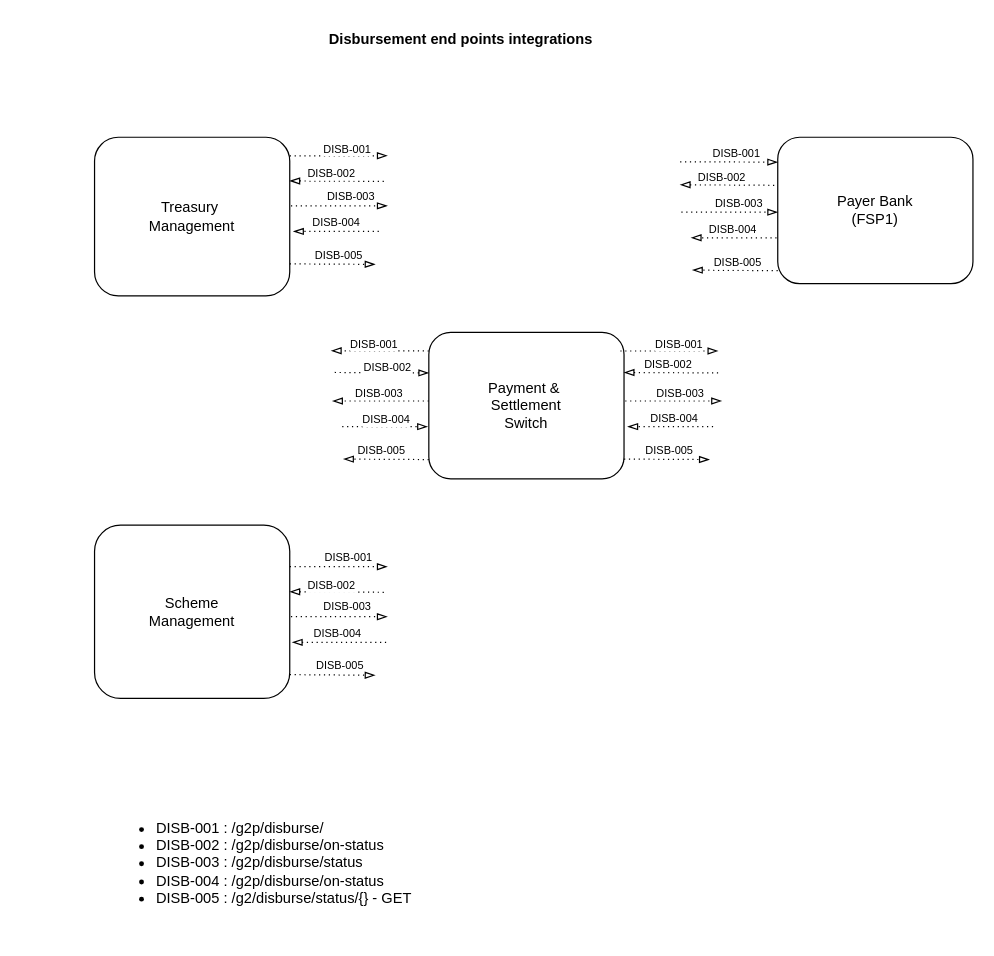
Before: page "disb" (2 of 3) of docs/images/draw.io/interface.drawio in G2P-Connect/specs, a draw.io diagram. Source tidied: cells renumbered, new cells numbered last; positions are measured from the earlier drawing's top-left corner, leaving out a move shared by most shapes. Both pictures are drawn from the tidied source at 122%, with x=0, y=0 at pixel (94, 21).
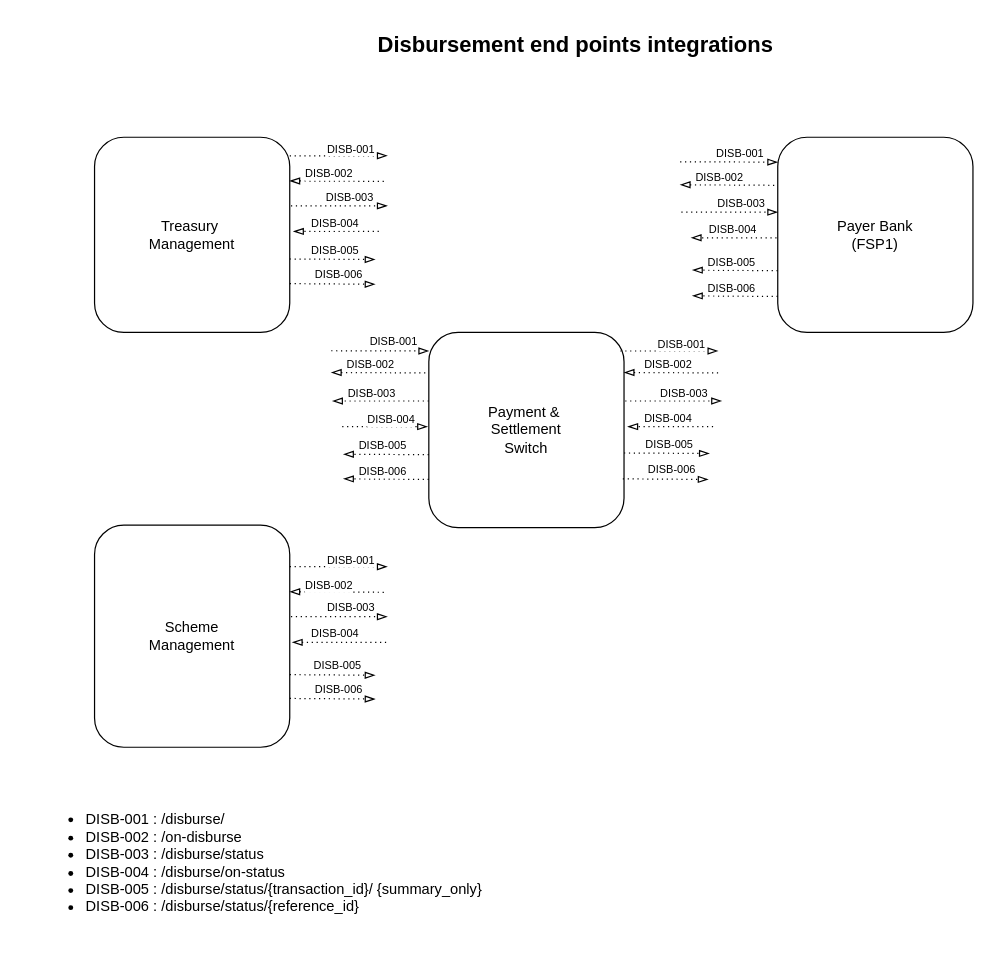
The same page after the edit.

Unchanged cells that the change refers to:
```xml
<mxCell id="3" style="endArrow=blockThin;dashed=1;html=1;dashPattern=1 3;strokeWidth=1;rounded=0;endFill=0;" parent="1" edge="1">
  <mxGeometry relative="1" as="geometry">
    <mxPoint x="160" y="447" as="sourcePoint" />
    <mxPoint x="240" y="447" as="targetPoint" />
  </mxGeometry>
</mxCell>
<mxCell id="5" style="endArrow=blockThin;dashed=1;html=1;dashPattern=1 3;strokeWidth=1;rounded=0;endFill=0;exitX=1.006;exitY=0.415;exitDx=0;exitDy=0;exitPerimeter=0;" parent="1" edge="1">
  <mxGeometry relative="1" as="geometry">
    <mxPoint x="161" y="487.9" as="sourcePoint" />
    <mxPoint x="240" y="488" as="targetPoint" />
  </mxGeometry>
</mxCell>
<mxCell id="8" style="endArrow=none;dashed=1;html=1;dashPattern=1 3;strokeWidth=1;rounded=0;endFill=0;exitX=1;exitY=0.25;exitDx=0;exitDy=0;startArrow=blockThin;startFill=0;" parent="1" edge="1">
  <mxGeometry relative="1" as="geometry">
    <mxPoint x="160" y="467.5" as="sourcePoint" />
    <mxPoint x="240" y="468" as="targetPoint" />
  </mxGeometry>
</mxCell>
<mxCell id="14" style="endArrow=blockThin;dashed=1;html=1;dashPattern=1 3;strokeWidth=1;rounded=0;endFill=0;" parent="1" edge="1">
  <mxGeometry relative="1" as="geometry">
    <mxPoint x="239" y="509" as="sourcePoint" />
    <mxPoint x="162" y="509" as="targetPoint" />
  </mxGeometry>
</mxCell>
<mxCell id="16" style="endArrow=blockThin;dashed=1;html=1;dashPattern=1 3;strokeWidth=1;rounded=0;endFill=0;exitX=1;exitY=0.75;exitDx=0;exitDy=0;" parent="1" edge="1">
  <mxGeometry relative="1" as="geometry">
    <mxPoint x="160" y="535.5" as="sourcePoint" />
    <mxPoint x="230" y="536" as="targetPoint" />
  </mxGeometry>
</mxCell>
<mxCell id="18" style="endArrow=blockThin;dashed=1;html=1;dashPattern=1 3;strokeWidth=1;rounded=0;endFill=0;" parent="1" edge="1">
  <mxGeometry relative="1" as="geometry">
    <mxPoint x="160" y="110.2" as="sourcePoint" />
    <mxPoint x="240" y="110.2" as="targetPoint" />
  </mxGeometry>
</mxCell>
<mxCell id="20" style="endArrow=blockThin;dashed=1;html=1;dashPattern=1 3;strokeWidth=1;rounded=0;endFill=0;exitX=1.006;exitY=0.415;exitDx=0;exitDy=0;exitPerimeter=0;" parent="1" edge="1">
  <mxGeometry relative="1" as="geometry">
    <mxPoint x="161" y="151.2" as="sourcePoint" />
    <mxPoint x="240" y="151.2" as="targetPoint" />
  </mxGeometry>
</mxCell>
<mxCell id="22" style="endArrow=none;dashed=1;html=1;dashPattern=1 3;strokeWidth=1;rounded=0;endFill=0;exitX=1;exitY=0.25;exitDx=0;exitDy=0;startArrow=blockThin;startFill=0;" parent="1" edge="1">
  <mxGeometry relative="1" as="geometry">
    <mxPoint x="160" y="130.8" as="sourcePoint" />
    <mxPoint x="240" y="131.2" as="targetPoint" />
  </mxGeometry>
</mxCell>
<mxCell id="24" style="endArrow=blockThin;dashed=1;html=1;dashPattern=1 3;strokeWidth=1;rounded=0;endFill=0;" parent="1" edge="1">
  <mxGeometry relative="1" as="geometry">
    <mxPoint x="233" y="172.2" as="sourcePoint" />
    <mxPoint x="163" y="172.2" as="targetPoint" />
  </mxGeometry>
</mxCell>
<mxCell id="28" style="endArrow=blockThin;dashed=1;html=1;dashPattern=1 3;strokeWidth=1;rounded=0;endFill=0;" parent="1" edge="1">
  <mxGeometry relative="1" as="geometry">
    <mxPoint x="431" y="270.2" as="sourcePoint" />
    <mxPoint x="511" y="270.2" as="targetPoint" />
  </mxGeometry>
</mxCell>
<mxCell id="30" style="endArrow=blockThin;dashed=1;html=1;dashPattern=1 3;strokeWidth=1;rounded=0;endFill=0;exitX=1.006;exitY=0.415;exitDx=0;exitDy=0;exitPerimeter=0;" parent="1" edge="1">
  <mxGeometry relative="1" as="geometry">
    <mxPoint x="435" y="311.2" as="sourcePoint" />
    <mxPoint x="514" y="311.2" as="targetPoint" />
  </mxGeometry>
</mxCell>
<mxCell id="34" style="endArrow=blockThin;dashed=1;html=1;dashPattern=1 3;strokeWidth=1;rounded=0;endFill=0;" parent="1" edge="1">
  <mxGeometry relative="1" as="geometry">
    <mxPoint x="507" y="332.2" as="sourcePoint" />
    <mxPoint x="437" y="332.2" as="targetPoint" />
  </mxGeometry>
</mxCell>
<mxCell id="40" style="endArrow=blockThin;dashed=1;html=1;dashPattern=1 3;strokeWidth=1;rounded=0;endFill=0;exitX=1.006;exitY=0.415;exitDx=0;exitDy=0;exitPerimeter=0;" parent="1" edge="1">
  <mxGeometry relative="1" as="geometry">
    <mxPoint x="274" y="311.2" as="sourcePoint" />
    <mxPoint x="195" y="311.2" as="targetPoint" />
  </mxGeometry>
</mxCell>
<mxCell id="44" style="endArrow=blockThin;dashed=1;html=1;dashPattern=1 3;strokeWidth=1;rounded=0;endFill=0;" parent="1" edge="1">
  <mxGeometry relative="1" as="geometry">
    <mxPoint x="203" y="332.2" as="sourcePoint" />
    <mxPoint x="273" y="332.2" as="targetPoint" />
  </mxGeometry>
</mxCell>
<mxCell id="48" style="endArrow=blockThin;dashed=1;html=1;dashPattern=1 3;strokeWidth=1;rounded=0;endFill=0;" parent="1" edge="1">
  <mxGeometry relative="1" as="geometry">
    <mxPoint x="480" y="115.1" as="sourcePoint" />
    <mxPoint x="560" y="115.4" as="targetPoint" />
  </mxGeometry>
</mxCell>
<mxCell id="50" style="endArrow=blockThin;dashed=1;html=1;dashPattern=1 3;strokeWidth=1;rounded=0;endFill=0;exitX=1.006;exitY=0.415;exitDx=0;exitDy=0;exitPerimeter=0;" parent="1" edge="1">
  <mxGeometry relative="1" as="geometry">
    <mxPoint x="481" y="156.3" as="sourcePoint" />
    <mxPoint x="560" y="156.4" as="targetPoint" />
  </mxGeometry>
</mxCell>
<mxCell id="52" style="endArrow=none;dashed=1;html=1;dashPattern=1 3;strokeWidth=1;rounded=0;endFill=0;exitX=1;exitY=0.25;exitDx=0;exitDy=0;startArrow=blockThin;startFill=0;" parent="1" edge="1">
  <mxGeometry relative="1" as="geometry">
    <mxPoint x="480" y="133.9" as="sourcePoint" />
    <mxPoint x="560" y="134.4" as="targetPoint" />
  </mxGeometry>
</mxCell>
<mxCell id="56" style="endArrow=blockThin;dashed=1;html=1;dashPattern=1 3;strokeWidth=1;rounded=0;endFill=0;exitX=1;exitY=0.75;exitDx=0;exitDy=0;" parent="1" edge="1">
  <mxGeometry relative="1" as="geometry">
    <mxPoint x="560" y="204.4" as="sourcePoint" />
    <mxPoint x="490" y="203.9" as="targetPoint" />
  </mxGeometry>
</mxCell>
```

Diff of the diagram source:
```diff
@@
     <mxCell id="2" value="Scheme &lt;br&gt;Management" style="rounded=1;whiteSpace=wrap;html=1;" parent="1" vertex="1">
-      <mxGeometry y="413" width="160" height="142" as="geometry" />
+      <mxGeometry y="413" width="160" height="182" as="geometry" />
     </mxCell>
@@
     <mxCell id="4" value="&lt;font style=&quot;font-size: 9px;&quot;&gt;DISB-001&lt;/font&gt;" style="edgeLabel;html=1;align=center;verticalAlign=middle;" parent="3" vertex="1">
       <mxGeometry x="0.4" y="1" relative="1" as="geometry">
-        <mxPoint x="-9" y="-8" as="offset" />
+        <mxPoint x="-7" y="-6" as="offset" />
       </mxGeometry>
     </mxCell>
@@
     <mxCell id="6" value="&lt;font style=&quot;font-size: 9px;&quot;&gt;DISB-003&lt;/font&gt;" style="edgeLabel;html=1;align=center;verticalAlign=middle;" parent="5" vertex="1">
       <mxGeometry x="0.4" y="1" relative="1" as="geometry">
-        <mxPoint x="-10" y="-8" as="offset" />
+        <mxPoint x="-7" y="-7" as="offset" />
       </mxGeometry>
     </mxCell>
-    <mxCell id="7" value="&lt;div&gt;&lt;div style=&quot;&quot;&gt;&lt;div style=&quot;&quot;&gt;&lt;ul style=&quot;border-color: var(--border-color);&quot;&gt;&lt;li style=&quot;border-color: var(--border-color); text-align: left;&quot;&gt;DISB-001 : /g2p/disburse/&lt;/li&gt;&lt;li style=&quot;border-color: var(--border-color); text-align: left;&quot;&gt;DISB-002 : /g2p/disburse/on-status&lt;/li&gt;&lt;li style=&quot;border-color: var(--border-color); text-align: left;&quot;&gt;DISB-003 : /g2p/disburse/status&lt;/li&gt;&lt;li style=&quot;border-color: var(--border-color); text-align: left;&quot;&gt;DISB-004 : /g2p/disburse/on-status&lt;/li&gt;&lt;li style=&quot;border-color: var(--border-color); text-align: left;&quot;&gt;DISB-005 : /g2/disburse/status/{} - GET&lt;/li&gt;&lt;/ul&gt;&lt;/div&gt;&lt;/div&gt;&lt;/div&gt;" style="text;html=1;align=center;verticalAlign=middle;strokeColor=none;fillColor=none;" parent="1" vertex="1">
-      <mxGeometry y="635" width="270" height="110" as="geometry" />
+    <mxCell id="7" value="&lt;div style=&quot;&quot;&gt;&lt;div style=&quot;&quot;&gt;&lt;ul style=&quot;border-color: var(--border-color);&quot;&gt;&lt;li style=&quot;border-color: var(--border-color); text-align: left;&quot;&gt;DISB-001 : /disburse/&lt;/li&gt;&lt;li style=&quot;border-color: var(--border-color); text-align: left;&quot;&gt;DISB-002 : /on-disburse&lt;/li&gt;&lt;li style=&quot;border-color: var(--border-color); text-align: left;&quot;&gt;DISB-003 : /disburse/status&lt;/li&gt;&lt;li style=&quot;border-color: var(--border-color); text-align: left;&quot;&gt;DISB-004 : /disburse/on-status&lt;/li&gt;&lt;li style=&quot;border-color: var(--border-color); text-align: left;&quot;&gt;DISB-005 :&amp;nbsp;/disburse/status/{transaction_id}/ {summary_only}&lt;/li&gt;&lt;li style=&quot;border-color: var(--border-color); text-align: left;&quot;&gt;DISB-006 :&amp;nbsp;/disburse/status/{reference_id}&lt;/li&gt;&lt;/ul&gt;&lt;/div&gt;&lt;/div&gt;" style="text;html=1;align=center;verticalAlign=middle;strokeColor=none;fillColor=none;" parent="1" vertex="1">
+      <mxGeometry x="-60" y="630" width="390" height="120" as="geometry" />
     </mxCell>
@@
     <mxCell id="9" value="&lt;font style=&quot;font-size: 9px;&quot;&gt;DISB-002&lt;/font&gt;" style="edgeLabel;html=1;align=center;verticalAlign=middle;" parent="8" vertex="1">
       <mxGeometry x="0.4" y="1" relative="1" as="geometry">
-        <mxPoint x="-23" y="-5" as="offset" />
+        <mxPoint x="-25" y="-5" as="offset" />
       </mxGeometry>
     </mxCell>
     <mxCell id="10" value="Treasury&amp;nbsp;&lt;br&gt;Management" style="rounded=1;whiteSpace=wrap;html=1;" parent="1" vertex="1">
-      <mxGeometry y="95" width="160" height="130" as="geometry" />
+      <mxGeometry y="95" width="160" height="160" as="geometry" />
     </mxCell>
     <mxCell id="11" value="Payment &amp;amp;&amp;nbsp;&lt;br&gt;Settlement &lt;br&gt;Switch" style="rounded=1;whiteSpace=wrap;html=1;" parent="1" vertex="1">
-      <mxGeometry x="274" y="255" width="160" height="120" as="geometry" />
+      <mxGeometry x="274" y="255" width="160" height="160" as="geometry" />
     </mxCell>
     <mxCell id="12" value="Payer Bank&lt;br&gt;(FSP1)" style="rounded=1;whiteSpace=wrap;html=1;" parent="1" vertex="1">
-      <mxGeometry x="560" y="95" width="160" height="120" as="geometry" />
+      <mxGeometry x="560" y="95" width="160" height="160" as="geometry" />
     </mxCell>
-    <mxCell id="13" value="Disbursement end points integrations" style="text;html=1;align=center;verticalAlign=middle;strokeColor=none;fillColor=none;fontStyle=1;" parent="1" vertex="1">
-      <mxGeometry x="180" width="240" height="30" as="geometry" />
+    <mxCell id="13" value="Disbursement end points integrations" style="text;html=1;align=center;verticalAlign=middle;strokeColor=none;fillColor=none;fontStyle=1;fontSize=18;" parent="1" vertex="1">
+      <mxGeometry x="219" y="5" width="350" height="30" as="geometry" />
     </mxCell>
@@
     <mxCell id="15" value="&lt;font style=&quot;font-size: 9px;&quot;&gt;DISB-004&lt;/font&gt;" style="edgeLabel;html=1;align=center;verticalAlign=middle;" parent="14" vertex="1">
       <mxGeometry x="0.4" y="1" relative="1" as="geometry">
-        <mxPoint x="13" y="-10" as="offset" />
+        <mxPoint x="11" y="-10" as="offset" />
       </mxGeometry>
     </mxCell>
@@
     <mxCell id="17" value="&lt;font style=&quot;font-size: 9px;&quot;&gt;DISB-005&lt;/font&gt;" style="edgeLabel;html=1;align=center;verticalAlign=middle;" parent="16" vertex="1">
       <mxGeometry x="0.4" y="1" relative="1" as="geometry">
-        <mxPoint x="-9" y="-8" as="offset" />
+        <mxPoint x="-11" y="-8" as="offset" />
       </mxGeometry>
     </mxCell>
@@
     <mxCell id="19" value="&lt;font style=&quot;font-size: 9px;&quot;&gt;DISB-001&lt;/font&gt;" style="edgeLabel;html=1;align=center;verticalAlign=middle;" parent="18" vertex="1">
       <mxGeometry x="0.4" y="1" relative="1" as="geometry">
-        <mxPoint x="-10" y="-6" as="offset" />
+        <mxPoint x="-7" y="-6" as="offset" />
       </mxGeometry>
     </mxCell>
@@
     <mxCell id="21" value="&lt;font style=&quot;font-size: 9px;&quot;&gt;DISB-003&lt;/font&gt;" style="edgeLabel;html=1;align=center;verticalAlign=middle;" parent="20" vertex="1">
       <mxGeometry x="0.4" y="1" relative="1" as="geometry">
-        <mxPoint x="-7" y="-8" as="offset" />
+        <mxPoint x="-8" y="-7" as="offset" />
       </mxGeometry>
     </mxCell>
@@
     <mxCell id="23" value="&lt;font style=&quot;font-size: 9px;&quot;&gt;DISB-002&lt;/font&gt;" style="edgeLabel;html=1;align=center;verticalAlign=middle;" parent="22" vertex="1">
       <mxGeometry x="0.4" y="1" relative="1" as="geometry">
-        <mxPoint x="-23" y="-7" as="offset" />
+        <mxPoint x="-25" y="-7" as="offset" />
       </mxGeometry>
     </mxCell>
@@
     <mxCell id="25" value="&lt;font style=&quot;font-size: 9px;&quot;&gt;DISB-004&lt;/font&gt;" style="edgeLabel;html=1;align=center;verticalAlign=middle;" parent="24" vertex="1">
       <mxGeometry x="0.4" y="1" relative="1" as="geometry">
-        <mxPoint x="13" y="-10" as="offset" />
+        <mxPoint x="12" y="-9" as="offset" />
       </mxGeometry>
     </mxCell>
     <mxCell id="26" style="endArrow=blockThin;dashed=1;html=1;dashPattern=1 3;strokeWidth=1;rounded=0;endFill=0;exitX=1;exitY=0.75;exitDx=0;exitDy=0;" parent="1" edge="1">
       <mxGeometry relative="1" as="geometry">
-        <mxPoint x="160" y="198.8" as="sourcePoint" />
-        <mxPoint x="230" y="199.2" as="targetPoint" />
+        <mxPoint x="160" y="194.8" as="sourcePoint" />
+        <mxPoint x="230" y="195.2" as="targetPoint" />
       </mxGeometry>
     </mxCell>
     <mxCell id="27" value="&lt;font style=&quot;font-size: 9px;&quot;&gt;DISB-005&lt;/font&gt;" style="edgeLabel;html=1;align=center;verticalAlign=middle;" parent="26" vertex="1">
       <mxGeometry x="0.4" y="1" relative="1" as="geometry">
-        <mxPoint x="-10" y="-8" as="offset" />
+        <mxPoint x="-13" y="-8" as="offset" />
       </mxGeometry>
     </mxCell>
@@
     <mxCell id="29" value="&lt;font style=&quot;font-size: 9px;&quot;&gt;DISB-001&lt;/font&gt;" style="edgeLabel;html=1;align=center;verticalAlign=middle;" parent="28" vertex="1">
       <mxGeometry x="0.4" y="1" relative="1" as="geometry">
-        <mxPoint x="-9" y="-6" as="offset" />
+        <mxPoint x="-7" y="-6" as="offset" />
       </mxGeometry>
     </mxCell>
@@
     <mxCell id="31" value="&lt;font style=&quot;font-size: 9px;&quot;&gt;DISB-003&lt;/font&gt;" style="edgeLabel;html=1;align=center;verticalAlign=middle;" parent="30" vertex="1">
       <mxGeometry x="0.4" y="1" relative="1" as="geometry">
-        <mxPoint x="-11" y="-7" as="offset" />
+        <mxPoint x="-8" y="-7" as="offset" />
       </mxGeometry>
     </mxCell>
@@
     <mxCell id="35" value="&lt;font style=&quot;font-size: 9px;&quot;&gt;DISB-004&lt;/font&gt;" style="edgeLabel;html=1;align=center;verticalAlign=middle;" parent="34" vertex="1">
       <mxGeometry x="0.4" y="1" relative="1" as="geometry">
-        <mxPoint x="16" y="-9" as="offset" />
+        <mxPoint x="11" y="-9" as="offset" />
       </mxGeometry>
     </mxCell>
     <mxCell id="36" style="endArrow=blockThin;dashed=1;html=1;dashPattern=1 3;strokeWidth=1;rounded=0;endFill=0;exitX=1;exitY=0.75;exitDx=0;exitDy=0;" parent="1" edge="1">
       <mxGeometry relative="1" as="geometry">
-        <mxPoint x="434" y="358.8" as="sourcePoint" />
-        <mxPoint x="504" y="359.2" as="targetPoint" />
+        <mxPoint x="434" y="353.8" as="sourcePoint" />
+        <mxPoint x="504" y="354.2" as="targetPoint" />
       </mxGeometry>
     </mxCell>
@@
     <mxCell id="38" style="endArrow=blockThin;dashed=1;html=1;dashPattern=1 3;strokeWidth=1;rounded=0;endFill=0;" parent="1" edge="1">
       <mxGeometry relative="1" as="geometry">
-        <mxPoint x="274" y="270.2" as="sourcePoint" />
-        <mxPoint x="194" y="270" as="targetPoint" />
+        <mxPoint x="194" y="270" as="sourcePoint" />
+        <mxPoint x="274" y="270.2" as="targetPoint" />
       </mxGeometry>
     </mxCell>
     <mxCell id="39" value="&lt;font style=&quot;font-size: 9px;&quot;&gt;DISB-001&lt;/font&gt;" style="edgeLabel;html=1;align=center;verticalAlign=middle;" parent="38" vertex="1">
       <mxGeometry x="0.4" y="1" relative="1" as="geometry">
-        <mxPoint x="11" y="-8" as="offset" />
+        <mxPoint x="-6" y="-8" as="offset" />
       </mxGeometry>
     </mxCell>
@@
     <mxCell id="41" value="&lt;font style=&quot;font-size: 9px;&quot;&gt;DISB-003&lt;/font&gt;" style="edgeLabel;html=1;align=center;verticalAlign=middle;" parent="40" vertex="1">
       <mxGeometry x="0.4" y="1" relative="1" as="geometry">
-        <mxPoint x="13" y="-9" as="offset" />
+        <mxPoint x="7" y="-9" as="offset" />
       </mxGeometry>
     </mxCell>
     <mxCell id="42" style="endArrow=none;dashed=1;html=1;dashPattern=1 3;strokeWidth=1;rounded=0;endFill=0;exitX=1;exitY=0.25;exitDx=0;exitDy=0;startArrow=blockThin;startFill=0;" parent="1" edge="1">
       <mxGeometry relative="1" as="geometry">
-        <mxPoint x="274" y="288.2" as="sourcePoint" />
-        <mxPoint x="194" y="287.8" as="targetPoint" />
+        <mxPoint x="194" y="287.8" as="sourcePoint" />
+        <mxPoint x="274" y="288.2" as="targetPoint" />
       </mxGeometry>
     </mxCell>
     <mxCell id="43" value="&lt;font style=&quot;font-size: 9px;&quot;&gt;DISB-002&lt;/font&gt;" style="edgeLabel;html=1;align=center;verticalAlign=middle;" parent="42" vertex="1">
       <mxGeometry x="0.4" y="1" relative="1" as="geometry">
-        <mxPoint x="22" y="-6" as="offset" />
+        <mxPoint x="-25" y="-7" as="offset" />
       </mxGeometry>
     </mxCell>
@@
     <mxCell id="45" value="&lt;font style=&quot;font-size: 9px;&quot;&gt;DISB-004&lt;/font&gt;" style="edgeLabel;html=1;align=center;verticalAlign=middle;" parent="44" vertex="1">
       <mxGeometry x="0.4" y="1" relative="1" as="geometry">
-        <mxPoint x="-14" y="-6" as="offset" />
+        <mxPoint x="-10" y="-6" as="offset" />
       </mxGeometry>
     </mxCell>
     <mxCell id="46" style="endArrow=blockThin;dashed=1;html=1;dashPattern=1 3;strokeWidth=1;rounded=0;endFill=0;exitX=1;exitY=0.75;exitDx=0;exitDy=0;" parent="1" edge="1">
       <mxGeometry relative="1" as="geometry">
-        <mxPoint x="274" y="359.2" as="sourcePoint" />
-        <mxPoint x="204" y="358.8" as="targetPoint" />
+        <mxPoint x="274" y="355.2" as="sourcePoint" />
+        <mxPoint x="204" y="354.8" as="targetPoint" />
       </mxGeometry>
     </mxCell>
     <mxCell id="47" value="&lt;font style=&quot;font-size: 9px;&quot;&gt;DISB-005&lt;/font&gt;" style="edgeLabel;html=1;align=center;verticalAlign=middle;" parent="46" vertex="1">
       <mxGeometry x="0.4" y="1" relative="1" as="geometry">
-        <mxPoint x="10" y="-9" as="offset" />
+        <mxPoint x="11" y="-9" as="offset" />
       </mxGeometry>
     </mxCell>
@@
     <mxCell id="49" value="&lt;font style=&quot;font-size: 9px;&quot;&gt;DISB-001&lt;/font&gt;" style="edgeLabel;html=1;align=center;verticalAlign=middle;" parent="48" vertex="1">
       <mxGeometry x="0.4" y="1" relative="1" as="geometry">
-        <mxPoint x="-11" y="-7" as="offset" />
+        <mxPoint x="-8" y="-7" as="offset" />
       </mxGeometry>
     </mxCell>
@@
     <mxCell id="51" value="&lt;font style=&quot;font-size: 9px;&quot;&gt;DISB-003&lt;/font&gt;" style="edgeLabel;html=1;align=center;verticalAlign=middle;" parent="50" vertex="1">
       <mxGeometry x="0.4" y="1" relative="1" as="geometry">
-        <mxPoint x="-9" y="-7" as="offset" />
+        <mxPoint x="-7" y="-7" as="offset" />
       </mxGeometry>
     </mxCell>
@@
     <mxCell id="53" value="&lt;font style=&quot;font-size: 9px;&quot;&gt;DISB-002&lt;/font&gt;" style="edgeLabel;html=1;align=center;verticalAlign=middle;" parent="52" vertex="1">
       <mxGeometry x="0.4" y="1" relative="1" as="geometry">
-        <mxPoint x="-23" y="-7" as="offset" />
+        <mxPoint x="-25" y="-7" as="offset" />
       </mxGeometry>
     </mxCell>
@@
     <mxCell id="57" value="&lt;font style=&quot;font-size: 9px;&quot;&gt;DISB-005&lt;/font&gt;" style="edgeLabel;html=1;align=center;verticalAlign=middle;" parent="56" vertex="1">
       <mxGeometry x="0.4" y="1" relative="1" as="geometry">
-        <mxPoint x="16" y="-9" as="offset" />
+        <mxPoint x="11" y="-9" as="offset" />
       </mxGeometry>
     </mxCell>
+    <mxCell id="58" style="endArrow=blockThin;dashed=1;html=1;dashPattern=1 3;strokeWidth=1;rounded=0;endFill=0;exitX=1;exitY=0.75;exitDx=0;exitDy=0;" parent="1" edge="1">
+      <mxGeometry relative="1" as="geometry">
+        <mxPoint x="160" y="555" as="sourcePoint" />
+        <mxPoint x="230" y="555.5" as="targetPoint" />
+      </mxGeometry>
+    </mxCell>
+    <mxCell id="59" value="&lt;font style=&quot;font-size: 9px;&quot;&gt;DISB-006&lt;/font&gt;" style="edgeLabel;html=1;align=center;verticalAlign=middle;" parent="58" vertex="1">
+      <mxGeometry x="0.4" y="1" relative="1" as="geometry">
+        <mxPoint x="-10" y="-8" as="offset" />
+      </mxGeometry>
+    </mxCell>
+    <mxCell id="60" style="endArrow=blockThin;dashed=1;html=1;dashPattern=1 3;strokeWidth=1;rounded=0;endFill=0;exitX=1;exitY=0.75;exitDx=0;exitDy=0;" parent="1" edge="1">
+      <mxGeometry relative="1" as="geometry">
+        <mxPoint x="160" y="215" as="sourcePoint" />
+        <mxPoint x="230" y="215.5" as="targetPoint" />
+      </mxGeometry>
+    </mxCell>
+    <mxCell id="61" value="&lt;font style=&quot;font-size: 9px;&quot;&gt;DISB-006&lt;/font&gt;" style="edgeLabel;html=1;align=center;verticalAlign=middle;" parent="60" vertex="1">
+      <mxGeometry x="0.4" y="1" relative="1" as="geometry">
+        <mxPoint x="-10" y="-8" as="offset" />
+      </mxGeometry>
+    </mxCell>
+    <mxCell id="62" style="endArrow=blockThin;dashed=1;html=1;dashPattern=1 3;strokeWidth=1;rounded=0;endFill=0;exitX=1;exitY=0.75;exitDx=0;exitDy=0;" parent="1" edge="1">
+      <mxGeometry relative="1" as="geometry">
+        <mxPoint x="433" y="375" as="sourcePoint" />
+        <mxPoint x="503" y="375.5" as="targetPoint" />
+      </mxGeometry>
+    </mxCell>
+    <mxCell id="63" value="&lt;font style=&quot;font-size: 9px;&quot;&gt;DISB-006&lt;/font&gt;" style="edgeLabel;html=1;align=center;verticalAlign=middle;" parent="62" vertex="1">
+      <mxGeometry x="0.4" y="1" relative="1" as="geometry">
+        <mxPoint x="-10" y="-8" as="offset" />
+      </mxGeometry>
+    </mxCell>
+    <mxCell id="64" style="endArrow=blockThin;dashed=1;html=1;dashPattern=1 3;strokeWidth=1;rounded=0;endFill=0;exitX=1;exitY=0.75;exitDx=0;exitDy=0;" parent="1" edge="1">
+      <mxGeometry relative="1" as="geometry">
+        <mxPoint x="560" y="225.5" as="sourcePoint" />
+        <mxPoint x="490" y="225" as="targetPoint" />
+      </mxGeometry>
+    </mxCell>
+    <mxCell id="65" value="&lt;font style=&quot;font-size: 9px;&quot;&gt;DISB-006&lt;/font&gt;" style="edgeLabel;html=1;align=center;verticalAlign=middle;" parent="64" vertex="1">
+      <mxGeometry x="0.4" y="1" relative="1" as="geometry">
+        <mxPoint x="11" y="-9" as="offset" />
+      </mxGeometry>
+    </mxCell>
+    <mxCell id="66" style="endArrow=blockThin;dashed=1;html=1;dashPattern=1 3;strokeWidth=1;rounded=0;endFill=0;exitX=1;exitY=0.75;exitDx=0;exitDy=0;" parent="1" edge="1">
+      <mxGeometry relative="1" as="geometry">
+        <mxPoint x="274" y="375.5" as="sourcePoint" />
+        <mxPoint x="204" y="375" as="targetPoint" />
+      </mxGeometry>
+    </mxCell>
+    <mxCell id="67" value="&lt;font style=&quot;font-size: 9px;&quot;&gt;DISB-006&lt;/font&gt;" style="edgeLabel;html=1;align=center;verticalAlign=middle;" parent="66" vertex="1">
+      <mxGeometry x="0.4" y="1" relative="1" as="geometry">
+        <mxPoint x="11" y="-9" as="offset" />
+      </mxGeometry>
+    </mxCell>
```
